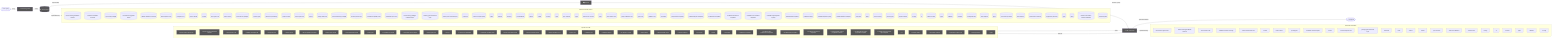
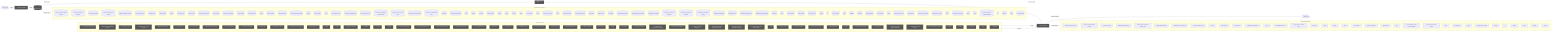
flowchart LR
  UserQ(["👤 User Query"])
  Embed["📐 Embedding Model"]
  VecDB[("📚 Vector Store")]
  Retriever["🔍 Retriever"]
  LLMNode["🧠 LLM / Generator"]
  Output(["✅ Response"])
  UserQ -->|query| Embed
  Embed -->|vector| VecDB
  VecDB -->|top-k chunks| Retriever
  Retriever -->|context + query| LLMNode
  LLMNode -->|generated answer| Output
  subgraph DetectedMemory["Detected memory stores"]
    det_detectedmemory_check_steering_feedback_contract_80134459[("check-steering-feedback-contract")]
    det_detectedmemory_normalize_workflow_contracts_8701f1c8[("normalize-workflow-contracts")]
    det_detectedmemory_sync_codex_preflight_7e7a8dc2[("sync-codex-preflight")]
    det_detectedmemory_test_harness_upgrade_matrix_84113c4e[("test-harness-upgrade-matrix")]
    det_detectedmemory_validate_workflow_contracts_33dc063c[("validate-workflow-contracts")]
    det_detectedmemory_branch_protect_core_a8feb0fd[("branch-protect-core")]
    det_detectedmemory_ci_migrate_core_7005b5af[("ci-migrate-core")]
    det_detectedmemory_context_health_80bb7da9[("context-health")]
    det_detectedmemory_context_ea7792a2[("context")]
    det_detectedmemory_docs_gate_core_eb9b6c18[("docs-gate-core")]
    det_detectedmemory_index_context_de3ed39d[("index-context")]
    det_detectedmemory_local_memory_preflight_dcc36c42[("local-memory-preflight")]
    det_detectedmemory_memory_gate_a577a506[("memory-gate")]
    det_detectedmemory_pattern_scope_siblings_43abe000[("pattern-scope-siblings")]
    det_detectedmemory_review_context_ca6cf81d[("review-context")]
    det_detectedmemory_review_gate_core_4c8001f9[("review-gate-core")]
    det_detectedmemory_search_24193290[("search")]
+     det_detectedmemory_session_context_e5ec72c0[("session-context")]
    det_detectedmemory_tooling_audit_core_328d6a41[("tooling-audit-core")]
    det_detectedmemory_run_local_memory_preflight_36e92808[("run-local-memory-preflight")]
+     det_detectedmemory_checker_d2d2328e[("checker")]
+     det_detectedmemory_context_health_1_ceb11829[("context-health")]
+     det_detectedmemory_types_2_d9bc6e7a[("types")]
    det_detectedmemory_branch_protect_sync_570adb18[("branch-protect-sync")]
    det_detectedmemory_command_capability_rules_ca3f496a[("command-capability-rules")]
    det_detectedmemory_command_specs_core_1c0ffc99[("command-specs-core")]
    det_detectedmemory_local_memory_preflight_command_spec_9e23f3ce[("local-memory-preflight-command-spec")]
    det_detectedmemory_memory_gate_command_spec_dc9001a9[("memory-gate-command-spec")]
    det_detectedmemory_review_gate_command_spec_3187376a[("review-gate-command-spec")]
+     det_detectedmemory_session_context_command_spec_973afbb1[("session-context-command-spec")]
    det_detectedmemory_constants_7517017f[("constants")]
    det_detectedmemory_context_compact_policy_3dcaf95d[("context-compact-policy")]
-     det_detectedmemory_index_1bc04b52[("index")]
+     det_detectedmemory_index_1_faebc14e[("index")]
    det_detectedmemory_indexer_70fa78e5[("indexer")]
    det_detectedmemory_init_error_5c7dd49f[("init-error")]
    det_detectedmemory_lexical_fallback_723e2b3e[("lexical-fallback")]
    det_detectedmemory_ollama_76e3c7bf[("ollama")]
    det_detectedmemory_rollout_a4fa034c[("rollout")]
    det_detectedmemory_sources_878a52fc[("sources")]
    det_detectedmemory_store_824d80d7[("store")]
    det_detectedmemory_sync_contract_c79fa191[("sync-contract")]
-     det_detectedmemory_types_4_822d0f88[("types")]
+     det_detectedmemory_types_6_1818fb91[("types")]
    det_detectedmemory_harness_run_context_ac7c77a9[("harness-run-context")]
-     det_detectedmemory_index_1_faebc14e[("index")]
+     det_detectedmemory_index_2_10143590[("index")]
    det_detectedmemory_json_schema_core_96d7e328[("json-schema-core")]
    det_detectedmemory_policy_validators_core_714a3fe7[("policy-validators-core")]
    det_detectedmemory_types_core_e405ddca[("types-core")]
    det_detectedmemory_validator_core_4358f8ba[("validator-core")]
    det_detectedmemory_init_modes_c05ceb07[("init-modes")]
    det_detectedmemory_project_brain_templates_7ef51530[("project-brain-templates")]
    det_detectedmemory_scaffold_diagram_templates_dd88e83c[("scaffold-diagram-templates")]
    det_detectedmemory_scaffold_doc_templates_f6152330[("scaffold-doc-templates")]
    det_detectedmemory_scaffold_environment_templates_c1ceba6a[("scaffold-environment-templates")]
    det_detectedmemory_scaffold_root_command_templates_404fed7f[("scaffold-root-command-templates")]
    det_detectedmemory_scaffold_script_template_registry_69312d4e[("scaffold-script-template-registry")]
    det_detectedmemory_scaffold_shell_templates_0ad0f915[("scaffold-shell-templates")]
    det_detectedmemory_scaffold_surfaces_12d6494e[("scaffold-surfaces")]
    det_detectedmemory_scaffold_template_registry_b1cce2aa[("scaffold-template-registry")]
    det_detectedmemory_scaffold_workflow_template_92310587[("scaffold-workflow-template")]
    det_detectedmemory_eval_seed_5699fd3e[("eval-seed")]
-     det_detectedmemory_index_6_fc9e91e2[("index")]
+     det_detectedmemory_index_7_b61a3f30[("index")]
    det_detectedmemory_review_context_1_e3afed15[("review-context")]
    det_detectedmemory_memory_gate_1_265164ac[("memory-gate")]
    det_detectedmemory_branch_enforcer_acb749cd[("branch-enforcer")]
    det_detectedmemory_cli_args_5_09ea29f0[("cli-args")]
-     det_detectedmemory_cli_4_4efe97c7[("cli")]
+     det_detectedmemory_cli_6_eac72be2[("cli")]
    det_detectedmemory_metrics_tracker_98cec29c[("metrics-tracker")]
-     det_detectedmemory_types_13_d025517b[("types")]
+     det_detectedmemory_types_16_0fae1112[("types")]
    det_detectedmemory_validator_4_5180cf23[("validator")]
    det_detectedmemory_classifier_fe1991a9[("classifier")]
    det_detectedmemory_tooling_baseline_50ab2eeb[("tooling-baseline")]
    det_detectedmemory_claim_helpers_20dc8387[("claim-helpers")]
-     det_detectedmemory_types_18_37582e2a[("types")]
+     det_detectedmemory_types_21_5756f9dc[("types")]
    det_detectedmemory_local_memory_smoke_1175abfc[("local-memory-smoke")]
    det_detectedmemory_local_memory_0db17ecc[("local-memory")]
    det_detectedmemory_performance_overload_c685bfcf[("performance-overload")]
    det_detectedmemory_suggestion_generator_0956f794[("suggestion-generator")]
-     det_detectedmemory_types_25_89d086aa[("types")]
+     det_detectedmemory_index_9_32dd4d91[("index")]
+     det_detectedmemory_prompt_context_receipt_17b862b2[("prompt-context-receipt")]
+     det_detectedmemory_types_28_4476fcc6[("types")]
    det_detectedmemory_policy_1_fc4198db[("policy")]
    det_detectedmemory_runtime_card_codex_runtime_validation_d8ce9934[("runtime-card-codex-runtime-validation")]
+     det_detectedmemory_cli_11_338a8415[("cli")]
+     det_detectedmemory_collector_0736fd5b[("collector")]
+     det_detectedmemory_types_31_eb363e20[("types")]
    det_detectedmemory_overload_guard_2748c559[("overload-guard")]
  end
  VecDB -. "implemented by" .-> DetectedMemory
  subgraph DetectedLLM["Detected LLM clients"]
    det_detectedllm_check_codex_agent_roles_5bb2e89b["check-codex-agent-roles"]
    det_detectedllm_check_steering_feedback_contract_80134459["check-steering-feedback-contract"]
    det_detectedllm_run_harness_evals_77704768["run-harness-evals"]
+     det_detectedllm_validate_decision_request_2e5c325e["validate-decision-request"]
+     det_detectedllm_validate_goal_completion_audit_receipt_100d252c["validate-goal-completion-audit-receipt"]
+     det_detectedllm_validate_packaged_skill_5e32c890["validate-packaged-skill"]
    det_detectedllm_validate_reviewer_coverage_251efee3["validate-reviewer-coverage"]
    det_detectedllm_check_environment_core_2c16213f["check-environment-core"]
    det_detectedllm_context_ea7792a2["context"]
    det_detectedllm_index_context_de3ed39d["index-context"]
    det_detectedllm_prompt_gate_c5e9d207["prompt-gate"]
    det_detectedllm_remediate_runner_helpers_929fedcc["remediate-runner-helpers"]
    det_detectedllm_search_24193290["search"]
    det_detectedllm_command_specs_core_1c0ffc99["command-specs-core"]
    det_detectedllm_prompt_gate_command_spec_9a941482["prompt-gate-command-spec"]
    det_detectedllm_constants_7517017f["constants"]
-     det_detectedllm_index_1bc04b52["index"]
+     det_detectedllm_index_1_faebc14e["index"]
    det_detectedllm_indexer_70fa78e5["indexer"]
    det_detectedllm_ollama_76e3c7bf["ollama"]
    det_detectedllm_sync_contract_c79fa191["sync-contract"]
    det_detectedllm_north_star_validators_cfc926ce["north-star-validators"]
+     det_detectedllm_hilt_boundary_9b36fb15["hilt-boundary"]
+     det_detectedllm_types_8_f6283648["types"]
+     det_detectedllm_goal_completion_audit_receipt_validation_9d0f4891["goal-completion-audit-receipt-validation"]
+     det_detectedllm_goal_completion_audit_receipt_5e4939c3["goal-completion-audit-receipt"]
+     det_detectedllm_index_3_7e40d474["index"]
    det_detectedllm_sensitive_text_7c11f760["sensitive-text"]
+     det_detectedllm_index_9_32dd4d91["index"]
+     det_detectedllm_prompt_context_receipt_17b862b2["prompt-context-receipt"]
    det_detectedllm_cli_args_9_9c136878["cli-args"]
-     det_detectedllm_cli_8_e3a6ce03["cli"]
+     det_detectedllm_cli_10_35dc8cbd["cli"]
    det_detectedllm_sections_4697ef32["sections"]
-     det_detectedllm_types_21_5756f9dc["types"]
+     det_detectedllm_types_24_c63dc1a7["types"]
    det_detectedllm_validator_6_3688adbf["validator"]
    det_detectedllm_cli_args_10_861cdd3f["cli-args"]
  end
  LLMNode -. "implemented by" .-> DetectedLLM
  subgraph DetectedTools["Agentic tool calls"]
    det_detectedtools_check_codex_agent_roles_5bb2e89b["🔧 check-codex-agent-roles"]
    det_detectedtools_check_steering_feedback_contract_80134459["🔧 check-steering-feedback-contract"]
    det_detectedtools_run_harness_evals_77704768["🔧 run-harness-evals"]
+     det_detectedtools_validate_action_review_receipt_fa2f06c3["🔧 validate-action-review-receipt"]
    det_detectedtools_validate_packaged_skill_5e32c890["🔧 validate-packaged-skill"]
    det_detectedtools_ci_migrate_core_7005b5af["🔧 ci-migrate-core"]
    det_detectedtools_doctor_checks_5a2eb2b9["🔧 doctor-checks"]
    det_detectedtools_doctor_github_tool_checks_a53b0382["🔧 doctor-github-tool-checks"]
    det_detectedtools_doctor_tool_checks_4acac51a["🔧 doctor-tool-checks"]
    det_detectedtools_next_blocked_decisions_4140ad2b["🔧 next-blocked-decisions"]
    det_detectedtools_policy_gate_213f7313["🔧 policy-gate"]
    det_detectedtools_remediate_cli_output_cc165396["🔧 remediate-cli-output"]
    det_detectedtools_remediate_runner_helpers_929fedcc["🔧 remediate-runner-helpers"]
    det_detectedtools_review_gate_core_4c8001f9["🔧 review-gate-core"]
+     det_detectedtools_index_1bc04b52["🔧 index"]
+     det_detectedtools_types_1_4ecdf56e["🔧 types"]
+     det_detectedtools_validation_constants_e002a0f6["🔧 validation-constants"]
+     det_detectedtools_validation_98c41dcd["🔧 validation"]
+     det_detectedtools_checker_d2d2328e["🔧 checker"]
    det_detectedtools_cli_args_1_6144b055["🔧 cli-args"]
    det_detectedtools_command_capabilities_a4d5c71e["🔧 command-capabilities"]
    det_detectedtools_command_capability_rules_ca3f496a["🔧 command-capability-rules"]
    det_detectedtools_linear_command_actions_e430f4f4["🔧 linear-command-actions"]
    det_detectedtools_linear_command_runner_4a740dfc["🔧 linear-command-runner"]
    det_detectedtools_policy_validators_core_714a3fe7["🔧 policy-validators-core"]
    det_detectedtools_types_core_e405ddca["🔧 types-core"]
    det_detectedtools_validator_core_4358f8ba["🔧 validator-core"]
    det_detectedtools_validator_helpers_7b927667["🔧 validator-helpers"]
    det_detectedtools_he_phase_exit_core_1148895b["🔧 he-phase-exit-core"]
    det_detectedtools_ralph_runtime_73d63c0e["🔧 ralph-runtime"]
    det_detectedtools_observed_skill_usage_ed7d5930["🔧 observed-skill-usage"]
    det_detectedtools_closure_evidence_aaa31467["🔧 closure-evidence"]
    det_detectedtools_pr_creator_dc6b1ea4["🔧 pr-creator"]
    det_detectedtools_client_948fe603["🔧 client"]
    det_detectedtools_init_output_360dce91["🔧 init-output"]
    det_detectedtools_scaffold_ci_templates_2afd6392["🔧 scaffold-ci-templates"]
    det_detectedtools_scaffold_codex_environment_templates_334fbbed["🔧 scaffold-codex-environment-templates"]
    det_detectedtools_scaffold_config_templates_4b80ce53["🔧 scaffold-config-templates"]
    det_detectedtools_scaffold_environment_templates_c1ceba6a["🔧 scaffold-environment-templates"]
    det_detectedtools_scaffold_github_actions_pr_pipeline_renderer_1ee18de5["🔧 scaffold-github-actions-pr-pipeline-renderer"]
    det_detectedtools_scaffold_github_actions_pr_pipeline_template_e2b85f62["🔧 scaffold-github-actions-pr-pipeline-template"]
    det_detectedtools_scaffold_release_private_npm_template_075499f8["🔧 scaffold-release-private-npm-template"]
-     det_detectedtools_cli_4_4efe97c7["🔧 cli"]
+     det_detectedtools_cli_6_eac72be2["🔧 cli"]
    det_detectedtools_metrics_tracker_98cec29c["🔧 metrics-tracker"]
    det_detectedtools_normalise_renderer_85f2e563["🔧 normalise-renderer"]
    det_detectedtools_evaluation_engine_core_e054fe49["🔧 evaluation-engine-core"]
    det_detectedtools_tooling_baseline_50ab2eeb["🔧 tooling-baseline"]
-     det_detectedtools_types_29_929d5a70["🔧 types"]
+     det_detectedtools_index_10_f6785a46["🔧 index"]
+     det_detectedtools_review_lifecycle_contract_e5447221["🔧 review-lifecycle-contract"]
+     det_detectedtools_review_lifecycle_89afa64c["🔧 review-lifecycle"]
+     det_detectedtools_runtime_card_codex_runtime_validation_d8ce9934["🔧 runtime-card-codex-runtime-validation"]
+     det_detectedtools_runtime_card_codex_runtime_0655e230["🔧 runtime-card-codex-runtime"]
+     det_detectedtools_runtime_evidence_bundle_d471a232["🔧 runtime-evidence-bundle"]
+     det_detectedtools_types_33_16e22a82["🔧 types"]
+     det_detectedtools_index_13_97df39c8["🔧 index"]
+     det_detectedtools_projection_1b250ea1["🔧 projection"]
+     det_detectedtools_types_35_93e66c64["🔧 types"]
+     det_detectedtools_validation_5_42b61683["🔧 validation"]
  end
  LLMNode -->|tool use| DetectedTools
  DetectedTools -->|result| LLMNode
  classDef memNode fill:#555,color:#fff
  class VecDB,Retriever memNode
  classDef llmNode fill:#555,color:#fff
  class LLMNode,Embed llmNode
  classDef toolNode fill:#555,color:#fff
-   class det_detectedtools_check_codex_agent_roles_5bb2e89b,det_detectedtools_check_steering_feedback_contract_80134459,det_detectedtools_run_harness_evals_77704768,det_detectedtools_validate_packaged_skill_5e32c890,det_detectedtools_ci_migrate_core_7005b5af,det_detectedtools_doctor_checks_5a2eb2b9,det_detectedtools_doctor_github_tool_checks_a53b0382,det_detectedtools_doctor_tool_checks_4acac51a,det_detectedtools_next_blocked_decisions_4140ad2b,det_detectedtools_policy_gate_213f7313,det_detectedtools_remediate_cli_output_cc165396,det_detectedtools_remediate_runner_helpers_929fedcc,det_detectedtools_review_gate_core_4c8001f9,det_detectedtools_cli_args_1_6144b055,det_detectedtools_command_capabilities_a4d5c71e,det_detectedtools_command_capability_rules_ca3f496a,det_detectedtools_linear_command_actions_e430f4f4,det_detectedtools_linear_command_runner_4a740dfc,det_detectedtools_policy_validators_core_714a3fe7,det_detectedtools_types_core_e405ddca,det_detectedtools_validator_core_4358f8ba,det_detectedtools_validator_helpers_7b927667,det_detectedtools_he_phase_exit_core_1148895b,det_detectedtools_ralph_runtime_73d63c0e,det_detectedtools_observed_skill_usage_ed7d5930,det_detectedtools_closure_evidence_aaa31467,det_detectedtools_pr_creator_dc6b1ea4,det_detectedtools_client_948fe603,det_detectedtools_init_output_360dce91,det_detectedtools_scaffold_ci_templates_2afd6392,det_detectedtools_scaffold_codex_environment_templates_334fbbed,det_detectedtools_scaffold_config_templates_4b80ce53,det_detectedtools_scaffold_environment_templates_c1ceba6a,det_detectedtools_scaffold_github_actions_pr_pipeline_renderer_1ee18de5,det_detectedtools_scaffold_github_actions_pr_pipeline_template_e2b85f62,det_detectedtools_scaffold_release_private_npm_template_075499f8,det_detectedtools_cli_4_4efe97c7,det_detectedtools_metrics_tracker_98cec29c,det_detectedtools_normalise_renderer_85f2e563,det_detectedtools_evaluation_engine_core_e054fe49,det_detectedtools_tooling_baseline_50ab2eeb,det_detectedtools_types_29_929d5a70 toolNode
+   class det_detectedtools_check_codex_agent_roles_5bb2e89b,det_detectedtools_check_steering_feedback_contract_80134459,det_detectedtools_run_harness_evals_77704768,det_detectedtools_validate_action_review_receipt_fa2f06c3,det_detectedtools_validate_packaged_skill_5e32c890,det_detectedtools_ci_migrate_core_7005b5af,det_detectedtools_doctor_checks_5a2eb2b9,det_detectedtools_doctor_github_tool_checks_a53b0382,det_detectedtools_doctor_tool_checks_4acac51a,det_detectedtools_next_blocked_decisions_4140ad2b,det_detectedtools_policy_gate_213f7313,det_detectedtools_remediate_cli_output_cc165396,det_detectedtools_remediate_runner_helpers_929fedcc,det_detectedtools_review_gate_core_4c8001f9,det_detectedtools_index_1bc04b52,det_detectedtools_types_1_4ecdf56e,det_detectedtools_validation_constants_e002a0f6,det_detectedtools_validation_98c41dcd,det_detectedtools_checker_d2d2328e,det_detectedtools_cli_args_1_6144b055,det_detectedtools_command_capabilities_a4d5c71e,det_detectedtools_command_capability_rules_ca3f496a,det_detectedtools_linear_command_actions_e430f4f4,det_detectedtools_linear_command_runner_4a740dfc,det_detectedtools_policy_validators_core_714a3fe7,det_detectedtools_types_core_e405ddca,det_detectedtools_validator_core_4358f8ba,det_detectedtools_validator_helpers_7b927667,det_detectedtools_he_phase_exit_core_1148895b,det_detectedtools_ralph_runtime_73d63c0e,det_detectedtools_observed_skill_usage_ed7d5930,det_detectedtools_closure_evidence_aaa31467,det_detectedtools_pr_creator_dc6b1ea4,det_detectedtools_client_948fe603,det_detectedtools_init_output_360dce91,det_detectedtools_scaffold_ci_templates_2afd6392,det_detectedtools_scaffold_codex_environment_templates_334fbbed,det_detectedtools_scaffold_config_templates_4b80ce53,det_detectedtools_scaffold_environment_templates_c1ceba6a,det_detectedtools_scaffold_github_actions_pr_pipeline_renderer_1ee18de5,det_detectedtools_scaffold_github_actions_pr_pipeline_template_e2b85f62,det_detectedtools_scaffold_release_private_npm_template_075499f8,det_detectedtools_cli_6_eac72be2,det_detectedtools_metrics_tracker_98cec29c,det_detectedtools_normalise_renderer_85f2e563,det_detectedtools_evaluation_engine_core_e054fe49,det_detectedtools_tooling_baseline_50ab2eeb,det_detectedtools_index_10_f6785a46,det_detectedtools_review_lifecycle_contract_e5447221,det_detectedtools_review_lifecycle_89afa64c,det_detectedtools_runtime_card_codex_runtime_validation_d8ce9934,det_detectedtools_runtime_card_codex_runtime_0655e230,det_detectedtools_runtime_evidence_bundle_d471a232,det_detectedtools_types_33_16e22a82,det_detectedtools_index_13_97df39c8,det_detectedtools_projection_1b250ea1,det_detectedtools_types_35_93e66c64,det_detectedtools_validation_5_42b61683 toolNode
